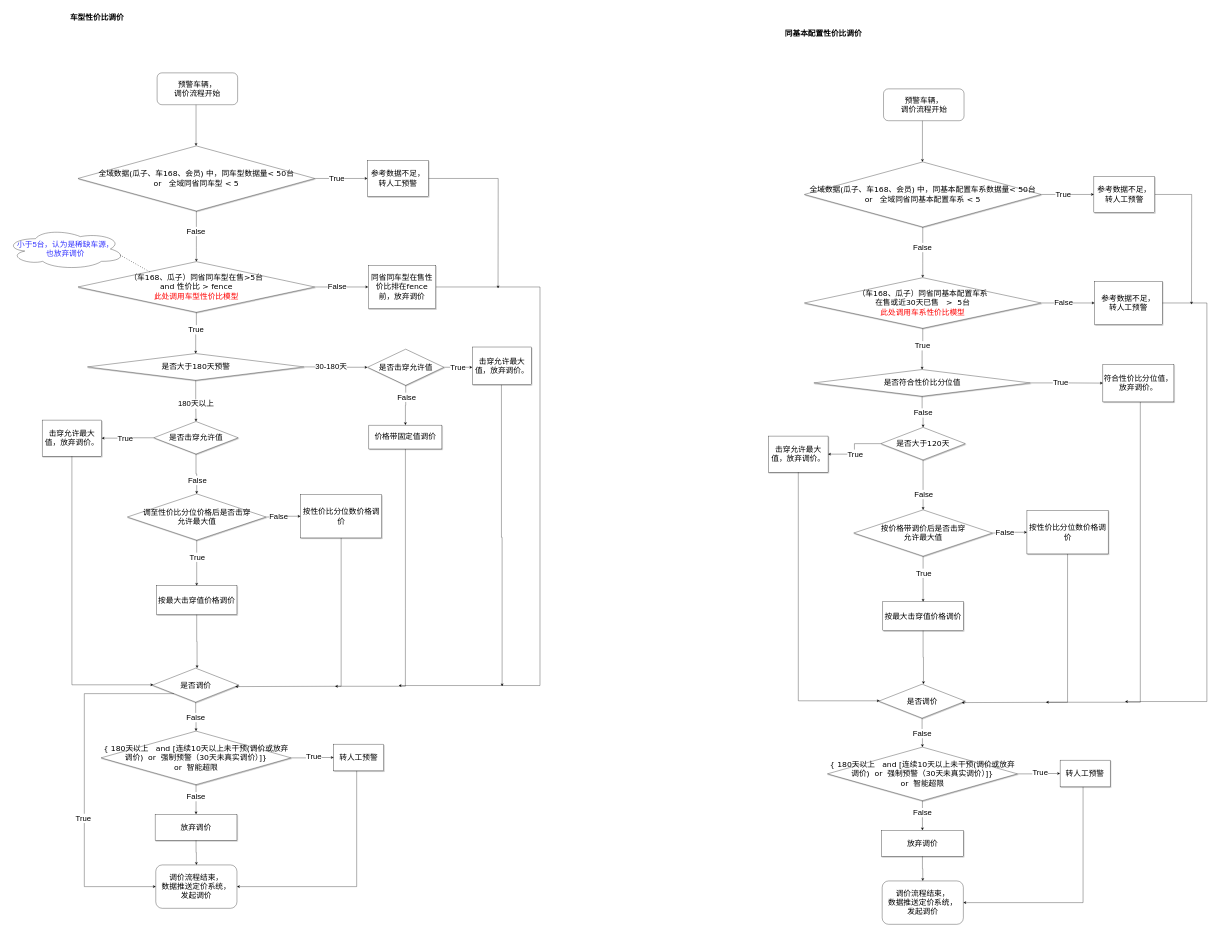
Before: v2_modify.drawio in mrlonely001/gittest, a draw.io diagram. Source tidied: cells renumbered, new cells numbered last; positions are measured from the earlier drawing's top-left corner, leaving out a move shared by most shapes. Both pictures are drawn from the tidied source at 32%, with x=0, y=0 at pixel (5, 5).
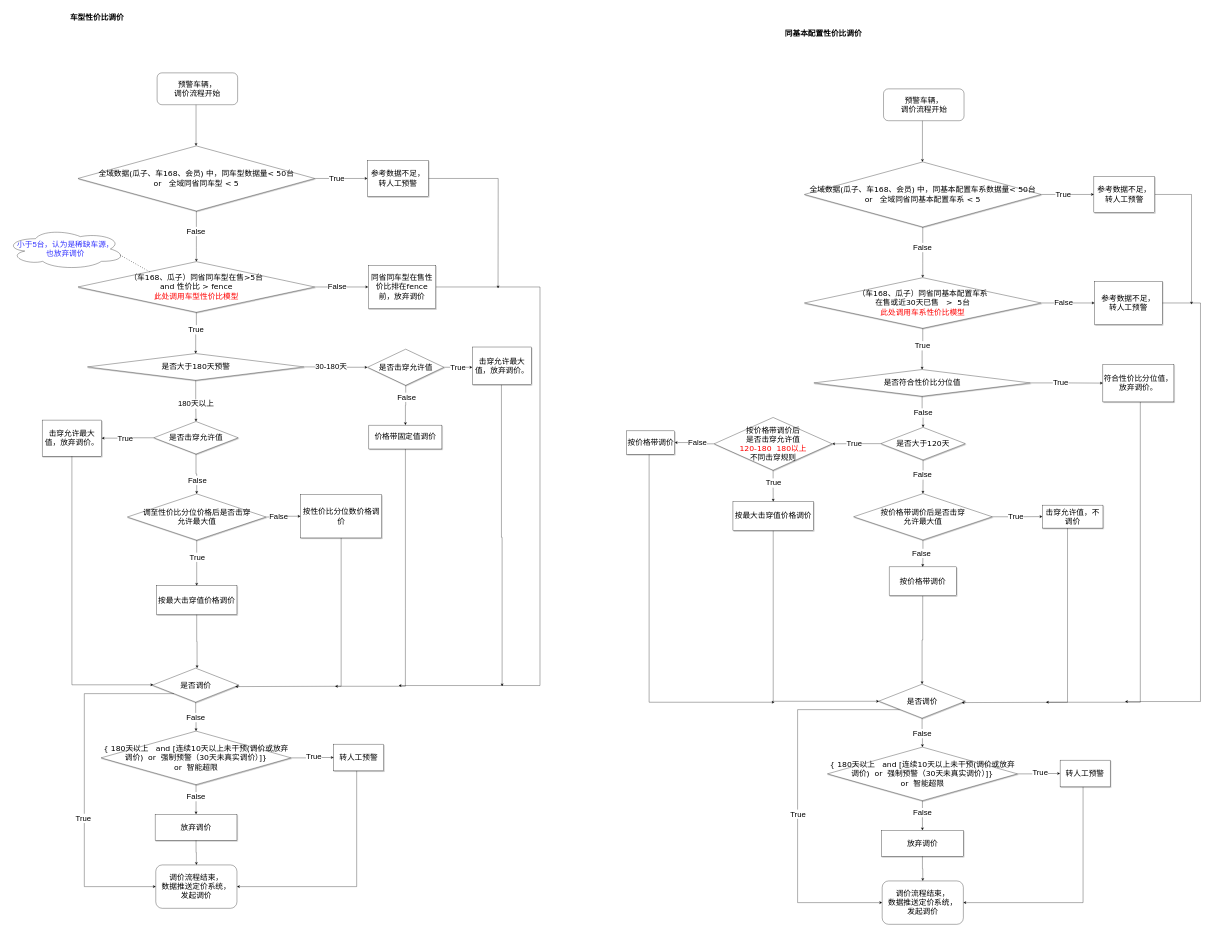
Above is the later version.

Unchanged cells that the change refers to:
```xml
<mxCell id="68" value="&lt;font style=&quot;font-size: 24px;&quot;&gt;参考数据不足，转人工预警&lt;/font&gt;" style="rounded=0;whiteSpace=wrap;html=1;shadow=1;labelBackgroundColor=none;strokeWidth=1;fontFamily=Verdana;fontSize=8;align=center;" parent="1" vertex="1">
  <mxGeometry x="3400.9" y="533.7" width="190.3" height="113" as="geometry" />
</mxCell>
<mxCell id="77" value="&lt;span style=&quot;font-size: 24px;&quot;&gt;参考数据不足，&lt;br&gt;转人工预警&lt;br&gt;&lt;/span&gt;" style="rounded=0;whiteSpace=wrap;html=1;shadow=1;labelBackgroundColor=none;strokeWidth=1;fontFamily=Verdana;fontSize=8;align=center;" parent="1" vertex="1">
  <mxGeometry x="3403.1" y="861.5" width="211.4" height="135.6" as="geometry" />
</mxCell>
<mxCell id="88" value="&lt;span style=&quot;font-size: 24px;&quot;&gt;是否大于120天&lt;/span&gt;" style="rhombus;whiteSpace=wrap;html=1;rounded=0;shadow=1;labelBackgroundColor=none;strokeWidth=1;fontFamily=Verdana;fontSize=8;align=center;" parent="1" vertex="1">
  <mxGeometry x="2735" y="1318" width="264.2" height="101.7" as="geometry" />
</mxCell>
<mxCell id="95" style="edgeStyle=orthogonalEdgeStyle;rounded=0;jettySize=auto;html=1;" parent="1" edge="1" source="88" target="94">
  <mxGeometry relative="1" as="geometry" />
</mxCell>
<mxCell id="98" style="edgeStyle=orthogonalEdgeStyle;rounded=0;jettySize=auto;html=1;" parent="1" edge="1" source="94" target="97">
  <mxGeometry relative="1" as="geometry" />
</mxCell>
<mxCell id="103" value="&lt;font style=&quot;font-size: 24px;&quot;&gt;是否调价&lt;/font&gt;" style="rhombus;whiteSpace=wrap;html=1;rounded=0;shadow=1;labelBackgroundColor=none;strokeWidth=1;fontFamily=Verdana;fontSize=8;align=center;" parent="1" vertex="1">
  <mxGeometry x="2728.7" y="2120.5" width="270.6" height="106.2" as="geometry" />
</mxCell>
<mxCell id="116" value="&lt;font style=&quot;font-size: 24px;&quot;&gt;调价流程结束，&lt;br&gt;数据推送定价系统，&lt;br&gt;发起调价&lt;/font&gt;" style="rounded=1;whiteSpace=wrap;html=1;" parent="1" vertex="1">
  <mxGeometry x="2739.3" y="2735.4" width="253.7" height="135.6" as="geometry" />
</mxCell>
```

The edit, as a diff of the source:
```diff
@@
     <mxCell id="67" style="edgeStyle=orthogonalEdgeStyle;rounded=0;jettySize=auto;html=1;" parent="1" edge="1" source="68">
       <mxGeometry relative="1" as="geometry">
         <mxPoint x="3706" y="934" as="targetPoint" />
+        <Array as="points">
+          <mxPoint x="3706" y="590" />
+        </Array>
       </mxGeometry>
     </mxCell>
@@
     <mxCell id="76" style="edgeStyle=orthogonalEdgeStyle;rounded=0;jettySize=auto;html=1;" parent="1" edge="1" source="77">
       <mxGeometry relative="1" as="geometry">
         <mxPoint x="3498.2" y="2174.8" as="targetPoint" />
         <Array as="points">
-          <mxPoint x="3754" y="929" />
-          <mxPoint x="3754" y="2175" />
+          <mxPoint x="3734" y="929" />
+          <mxPoint x="3734" y="2175" />
         </Array>
       </mxGeometry>
     </mxCell>
@@
-    <mxCell id="91" value="&lt;font style=&quot;font-size: 24px;&quot;&gt;击穿允许最大值，放弃调价。&lt;/font&gt;" style="whiteSpace=wrap;html=1;fontSize=8;fontFamily=Verdana;rounded=0;shadow=1;labelBackgroundColor=none;strokeWidth=1;" parent="1" vertex="1">
-      <mxGeometry x="2384.2" y="1345.2" width="186" height="113" as="geometry" />
-    </mxCell>
-    <mxCell id="92" style="edgeStyle=orthogonalEdgeStyle;rounded=0;jettySize=auto;html=1;" parent="1" edge="1" source="88" target="91">
+    <mxCell id="92" style="edgeStyle=orthogonalEdgeStyle;rounded=0;jettySize=auto;html=1;entryX=1;entryY=0.5;entryDx=0;entryDy=0;" parent="1" edge="1" source="88" target="126">
       <mxGeometry relative="1" as="geometry" />
     </mxCell>
@@
+    <mxCell id="120" style="edgeStyle=orthogonalEdgeStyle;rounded=0;jettySize=auto;html=1;entryX=0.5;entryY=0;entryDx=0;entryDy=0;fontSize=24;fontColor=#000000;" parent="1" edge="1" source="94" target="128">
+      <mxGeometry relative="1" as="geometry" />
+    </mxCell>
+    <mxCell id="121" value="False" style="edgeLabel;html=1;align=center;verticalAlign=middle;fontSize=24;fontColor=#000000;" parent="120" vertex="1">
+      <mxGeometry x="-0.32" y="6" relative="1" as="geometry">
+        <mxPoint x="-11" y="13" as="offset" />
+      </mxGeometry>
+    </mxCell>
     <mxCell id="94" value="&lt;font style=&quot;font-size: 24px;&quot;&gt;按价格带调价后是否击穿&lt;br&gt;允许最大值&lt;/font&gt;" style="rhombus;whiteSpace=wrap;html=1;rounded=0;shadow=1;labelBackgroundColor=none;strokeWidth=1;fontFamily=Verdana;fontSize=8;align=center;" parent="1" vertex="1">
-      <mxGeometry x="2650.5" y="1575.8" width="433.4" height="144.7" as="geometry" />
+      <mxGeometry x="2650" y="1525" width="433.4" height="144.7" as="geometry" />
     </mxCell>
@@
     <mxCell id="96" value="&lt;font style=&quot;font-size: 24px;&quot;&gt;False&lt;/font&gt;" style="edgeLabel;html=1;align=center;verticalAlign=middle;" parent="95" vertex="1">
       <mxGeometry x="0.62" y="2" relative="1" as="geometry">
-        <mxPoint x="-1" y="-19" as="offset" />
+        <mxPoint x="-4" y="-39" as="offset" />
       </mxGeometry>
     </mxCell>
-    <mxCell id="97" value="&lt;font style=&quot;font-size: 24px;&quot;&gt;按性价比分位数价格调价&lt;/font&gt;" style="whiteSpace=wrap;html=1;fontSize=8;fontFamily=Verdana;rounded=0;shadow=1;labelBackgroundColor=none;strokeWidth=1;" parent="1" vertex="1">
-      <mxGeometry x="3191.7" y="1578" width="253.7" height="135.6" as="geometry" />
+    <mxCell id="97" value="&lt;span style=&quot;font-size: 24px;&quot;&gt;击穿允许值，不调价&lt;/span&gt;" style="whiteSpace=wrap;html=1;fontSize=8;fontFamily=Verdana;rounded=0;shadow=1;labelBackgroundColor=none;strokeWidth=1;" parent="1" vertex="1">
+      <mxGeometry x="3240" y="1561" width="189.3" height="71.7" as="geometry" />
     </mxCell>
@@
-    <mxCell id="99" value="&lt;font style=&quot;font-size: 24px;&quot;&gt;False&lt;/font&gt;" style="edgeLabel;html=1;align=center;verticalAlign=middle;" parent="98" vertex="1">
+    <mxCell id="99" value="&lt;font style=&quot;font-size: 24px;&quot;&gt;True&lt;/font&gt;" style="edgeLabel;html=1;align=center;verticalAlign=middle;" parent="98" vertex="1">
       <mxGeometry x="-0.42" y="-4" relative="1" as="geometry">
-        <mxPoint x="7" y="-5" as="offset" />
+        <mxPoint x="27" y="-5" as="offset" />
       </mxGeometry>
     </mxCell>
+    <mxCell id="106" style="edgeStyle=orthogonalEdgeStyle;rounded=0;jettySize=auto;html=1;fontSize=24;fontColor=#000000;" parent="1" edge="1" source="100" target="103">
+      <mxGeometry relative="1" as="geometry">
+        <Array as="points">
+          <mxPoint x="2399" y="2174" />
+        </Array>
+      </mxGeometry>
+    </mxCell>
     <mxCell id="100" value="&lt;font style=&quot;font-size: 24px;&quot;&gt;按最大击穿值价格调价&lt;/font&gt;" style="whiteSpace=wrap;html=1;fontSize=8;fontFamily=Verdana;rounded=0;shadow=1;labelBackgroundColor=none;strokeWidth=1;" parent="1" vertex="1">
-      <mxGeometry x="2741.4" y="1862.9" width="251.6" height="90.4" as="geometry" />
+      <mxGeometry x="2273" y="1550" width="251.6" height="90.4" as="geometry" />
     </mxCell>
-    <mxCell id="101" style="edgeStyle=orthogonalEdgeStyle;rounded=0;jettySize=auto;html=1;" parent="1" edge="1" source="94" target="100">
+    <mxCell id="101" style="edgeStyle=orthogonalEdgeStyle;rounded=0;jettySize=auto;html=1;exitX=0.5;exitY=1;exitDx=0;exitDy=0;" parent="1" edge="1" source="126" target="100">
       <mxGeometry relative="1" as="geometry" />
     </mxCell>
@@
+    <mxCell id="122" style="edgeStyle=orthogonalEdgeStyle;rounded=0;jettySize=auto;html=1;exitX=0;exitY=1;exitDx=0;exitDy=0;fontSize=24;fontColor=#FF0000;entryX=0;entryY=0.5;entryDx=0;entryDy=0;" parent="1" edge="1" source="103" target="116">
+      <mxGeometry relative="1" as="geometry">
+        <Array as="points">
+          <mxPoint x="2475" y="2200" />
+          <mxPoint x="2475" y="2803" />
+        </Array>
+      </mxGeometry>
+    </mxCell>
+    <mxCell id="123" value="&lt;font color=&quot;#000000&quot;&gt;True&lt;/font&gt;" style="edgeLabel;html=1;align=center;verticalAlign=middle;fontSize=24;fontColor=#FF0000;" parent="122" vertex="1">
+      <mxGeometry x="0.09" relative="1" as="geometry" />
+    </mxCell>
@@
-    <mxCell id="104" style="edgeStyle=orthogonalEdgeStyle;rounded=0;jettySize=auto;html=1;exitX=0.5;exitY=1;exitDx=0;exitDy=0;" parent="1" edge="1" source="91" target="103">
-      <mxGeometry relative="1" as="geometry">
-        <Array as="points">
-          <mxPoint x="2477.2" y="2172.5" />
-        </Array>
-      </mxGeometry>
-    </mxCell>
@@
-    <mxCell id="106" style="edgeStyle=orthogonalEdgeStyle;rounded=0;jettySize=auto;html=1;entryX=0.516;entryY=0;entryDx=0;entryDy=0;entryPerimeter=0;" parent="1" edge="1" source="100" target="103">
-      <mxGeometry relative="1" as="geometry" />
-    </mxCell>
@@
+    <mxCell id="124" style="edgeStyle=orthogonalEdgeStyle;rounded=0;jettySize=auto;html=1;fontSize=24;fontColor=#000000;" parent="1" edge="1" source="126" target="130">
+      <mxGeometry relative="1" as="geometry" />
+    </mxCell>
+    <mxCell id="125" value="False" style="edgeLabel;html=1;align=center;verticalAlign=middle;fontSize=24;fontColor=#000000;" parent="124" vertex="1">
+      <mxGeometry x="0.25" y="-2" relative="1" as="geometry">
+        <mxPoint x="22" y="1" as="offset" />
+      </mxGeometry>
+    </mxCell>
+    <mxCell id="126" value="&lt;span style=&quot;font-size: 24px;&quot;&gt;按价格带调价后&lt;br&gt;是否击穿允许值&lt;br&gt;&lt;font color=&quot;#ff0000&quot;&gt;120-180&amp;nbsp; 180以上 &lt;/font&gt;&lt;br&gt;不同击穿规则&lt;br&gt;&lt;/span&gt;" style="rhombus;whiteSpace=wrap;html=1;rounded=0;shadow=1;labelBackgroundColor=none;strokeWidth=1;fontFamily=Verdana;fontSize=8;align=center;" parent="1" vertex="1">
+      <mxGeometry x="2214" y="1287" width="369" height="165" as="geometry" />
+    </mxCell>
+    <mxCell id="127" style="edgeStyle=orthogonalEdgeStyle;rounded=0;jettySize=auto;html=1;exitX=0.5;exitY=1;exitDx=0;exitDy=0;fontSize=24;fontColor=#000000;" parent="1" edge="1" source="128" target="103">
+      <mxGeometry relative="1" as="geometry" />
+    </mxCell>
+    <mxCell id="128" value="&lt;span style=&quot;font-size: 24px;&quot;&gt;按价格带调价&lt;br&gt;&lt;/span&gt;" style="whiteSpace=wrap;html=1;fontSize=8;fontFamily=Verdana;rounded=0;shadow=1;labelBackgroundColor=none;strokeWidth=1;fontColor=#000000;" parent="1" vertex="1">
+      <mxGeometry x="2761" y="1754" width="210" height="90" as="geometry" />
+    </mxCell>
+    <mxCell id="129" style="edgeStyle=orthogonalEdgeStyle;rounded=0;jettySize=auto;html=1;fontSize=24;fontColor=#000000;" parent="1" edge="1" source="130">
+      <mxGeometry relative="1" as="geometry">
+        <mxPoint x="2403" y="2177" as="targetPoint" />
+        <Array as="points">
+          <mxPoint x="2011" y="2177" />
+        </Array>
+      </mxGeometry>
+    </mxCell>
+    <mxCell id="130" value="&lt;font style=&quot;font-size: 24px;&quot;&gt;按价格带调价&lt;/font&gt;" style="whiteSpace=wrap;html=1;fontSize=8;fontFamily=Verdana;rounded=0;shadow=1;labelBackgroundColor=none;strokeWidth=1;" parent="1" vertex="1">
+      <mxGeometry x="1941" y="1329" width="149.9" height="72.9" as="geometry" />
+    </mxCell>
```
